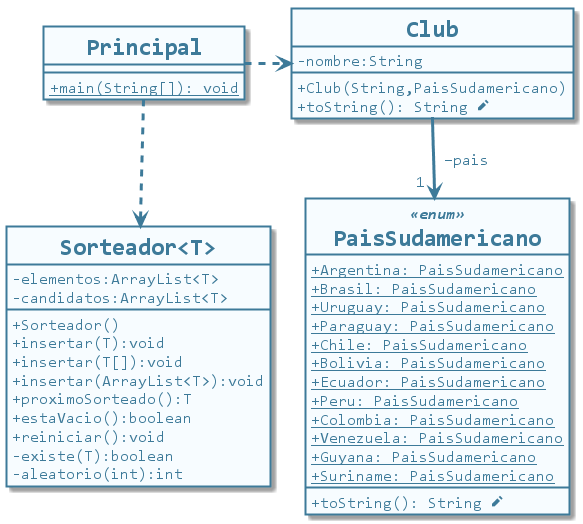
CharlyCimino/generics-java keeps this PlantUML diagram as bin/sorteador/uml/clases-sorteador-generics-java.png. Above is the earlier version. The source it was exported from:
```plantuml
@startuml clases-sorteador-generics-java

skinparam BackgroundColor transparent
skinparam DefaultFontName Consolas
skinparam genericDisplay old

skinparam class {
    BackgroundColor #f7fcff
    BorderColor #3d7a99
    FontColor #3d7a99
    FontStyle Bold
    FontSize 24
    BorderThickness 2
    AttributeIconSize 0
    AttributeFontColor #3d7a99
    AttributeFontSize 16
    AttributeFontStyle Regular
    StereotypeFontColor #3d7a99
    StereotypeFontSize 16
    StereotypeFontStyle Italic Bold
}

skinparam package {
    BackgroundColor #f4dcf4
    BorderColor #cc51cc
    FontColor #cc51cc
    FontStyle Bold
    BorderThickness 3
}

skinparam note {
    BackgroundColor #51a3cc
    BorderColor #51a3cc
    BorderThickness 2
    FontColor #f7fcff
    FontName Tahoma
    FontSize 16
    FontStyle Bold
}

skinparam arrow {
    Color #3d7a99
    Thickness 3
    FontColor #3d7a99
    FontSize 16
}

hide circle
class Principal {
    {static} + main(String[]): void
}

class Sorteador<T> {
    -elementos:ArrayList<T>
    -candidatos:ArrayList<T>
    +Sorteador()
    +insertar(T):void
    +insertar(T[]):void
    +insertar(ArrayList<T>):void
    +proximoSorteado():T
    +estaVacio():boolean
    +reiniciar():void
    -existe(T):boolean
    -aleatorio(int):int
}

class Club {
    -nombre:String
    +Club(String,PaisSudamericano)
    +toString(): String <&pencil>
}

class PaisSudamericano <<enum>> {
    {static}+Argentina: PaisSudamericano
    {static}+Brasil: PaisSudamericano
    {static}+Uruguay: PaisSudamericano
    {static}+Paraguay: PaisSudamericano
    {static}+Chile: PaisSudamericano
    {static}+Bolivia: PaisSudamericano
    {static}+Ecuador: PaisSudamericano
    {static}+Peru: PaisSudamericano
    {static}+Colombia: PaisSudamericano
    {static}+Venezuela: PaisSudamericano
    {static}+Guyana: PaisSudamericano
    {static}+Suriname: PaisSudamericano
    + toString(): String <&pencil>
}

Principal ..> Sorteador
Principal .right.> Club
Club --> "1 " PaisSudamericano: " −pais"
@enduml
```
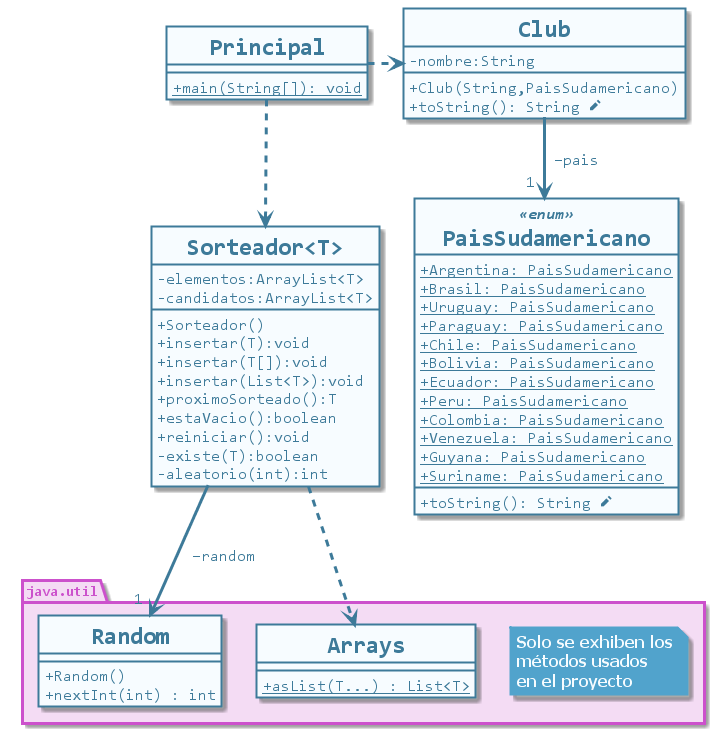
After the commit.

Commit message:
Modificado sorteador

The edit, as a diff of the source:
```diff
@@ -56,7 +56,7 @@
     +Sorteador()
     +insertar(T):void
     +insertar(T[]):void
-    +insertar(ArrayList<T>):void
+    +insertar(List<T>):void
     +proximoSorteado():T
     +estaVacio():boolean
     +reiniciar():void
@@ -86,7 +86,20 @@
     + toString(): String <&pencil>
 }
 
+package java.util {
+    note "Solo se exhiben los\nmétodos usados\nen el proyecto" as n1
+    class Random {
+        + Random()
+        + nextInt(int) : int
+    }
+    class Arrays {
+        {static} +asList(T...) : List<T>
+    }
+}
+
 Principal ..> Sorteador
 Principal .right.> Club
 Club --> "1 " PaisSudamericano: " −pais"
+Sorteador --> "1 " Random: " −random"
+Sorteador ..> Arrays
 @enduml
```
